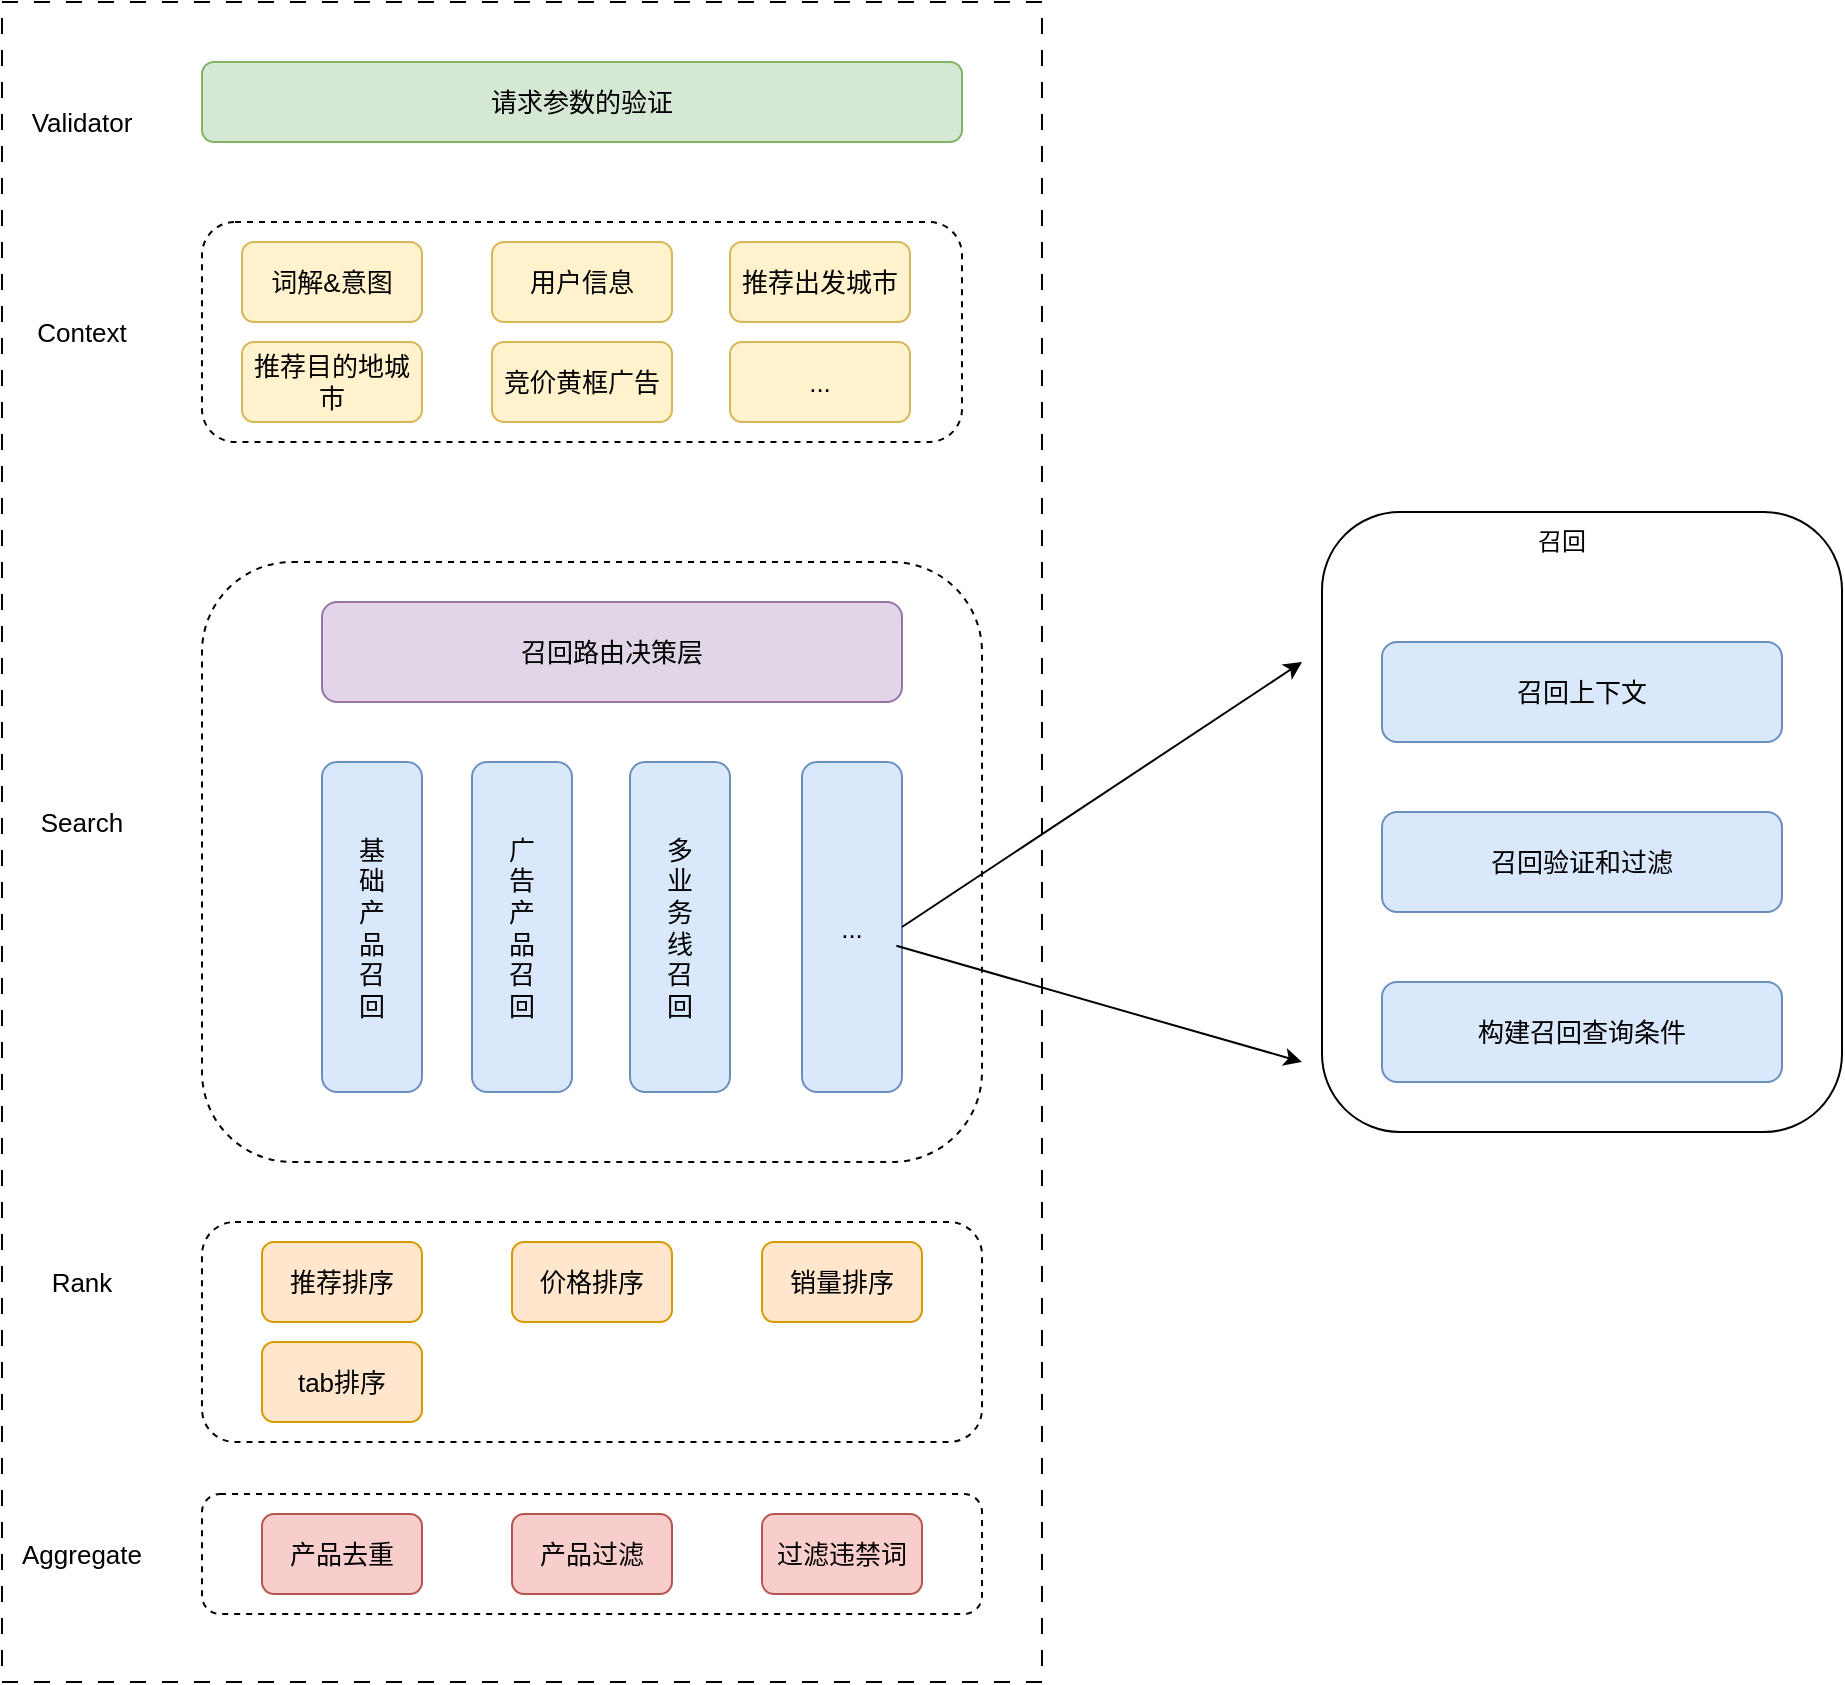
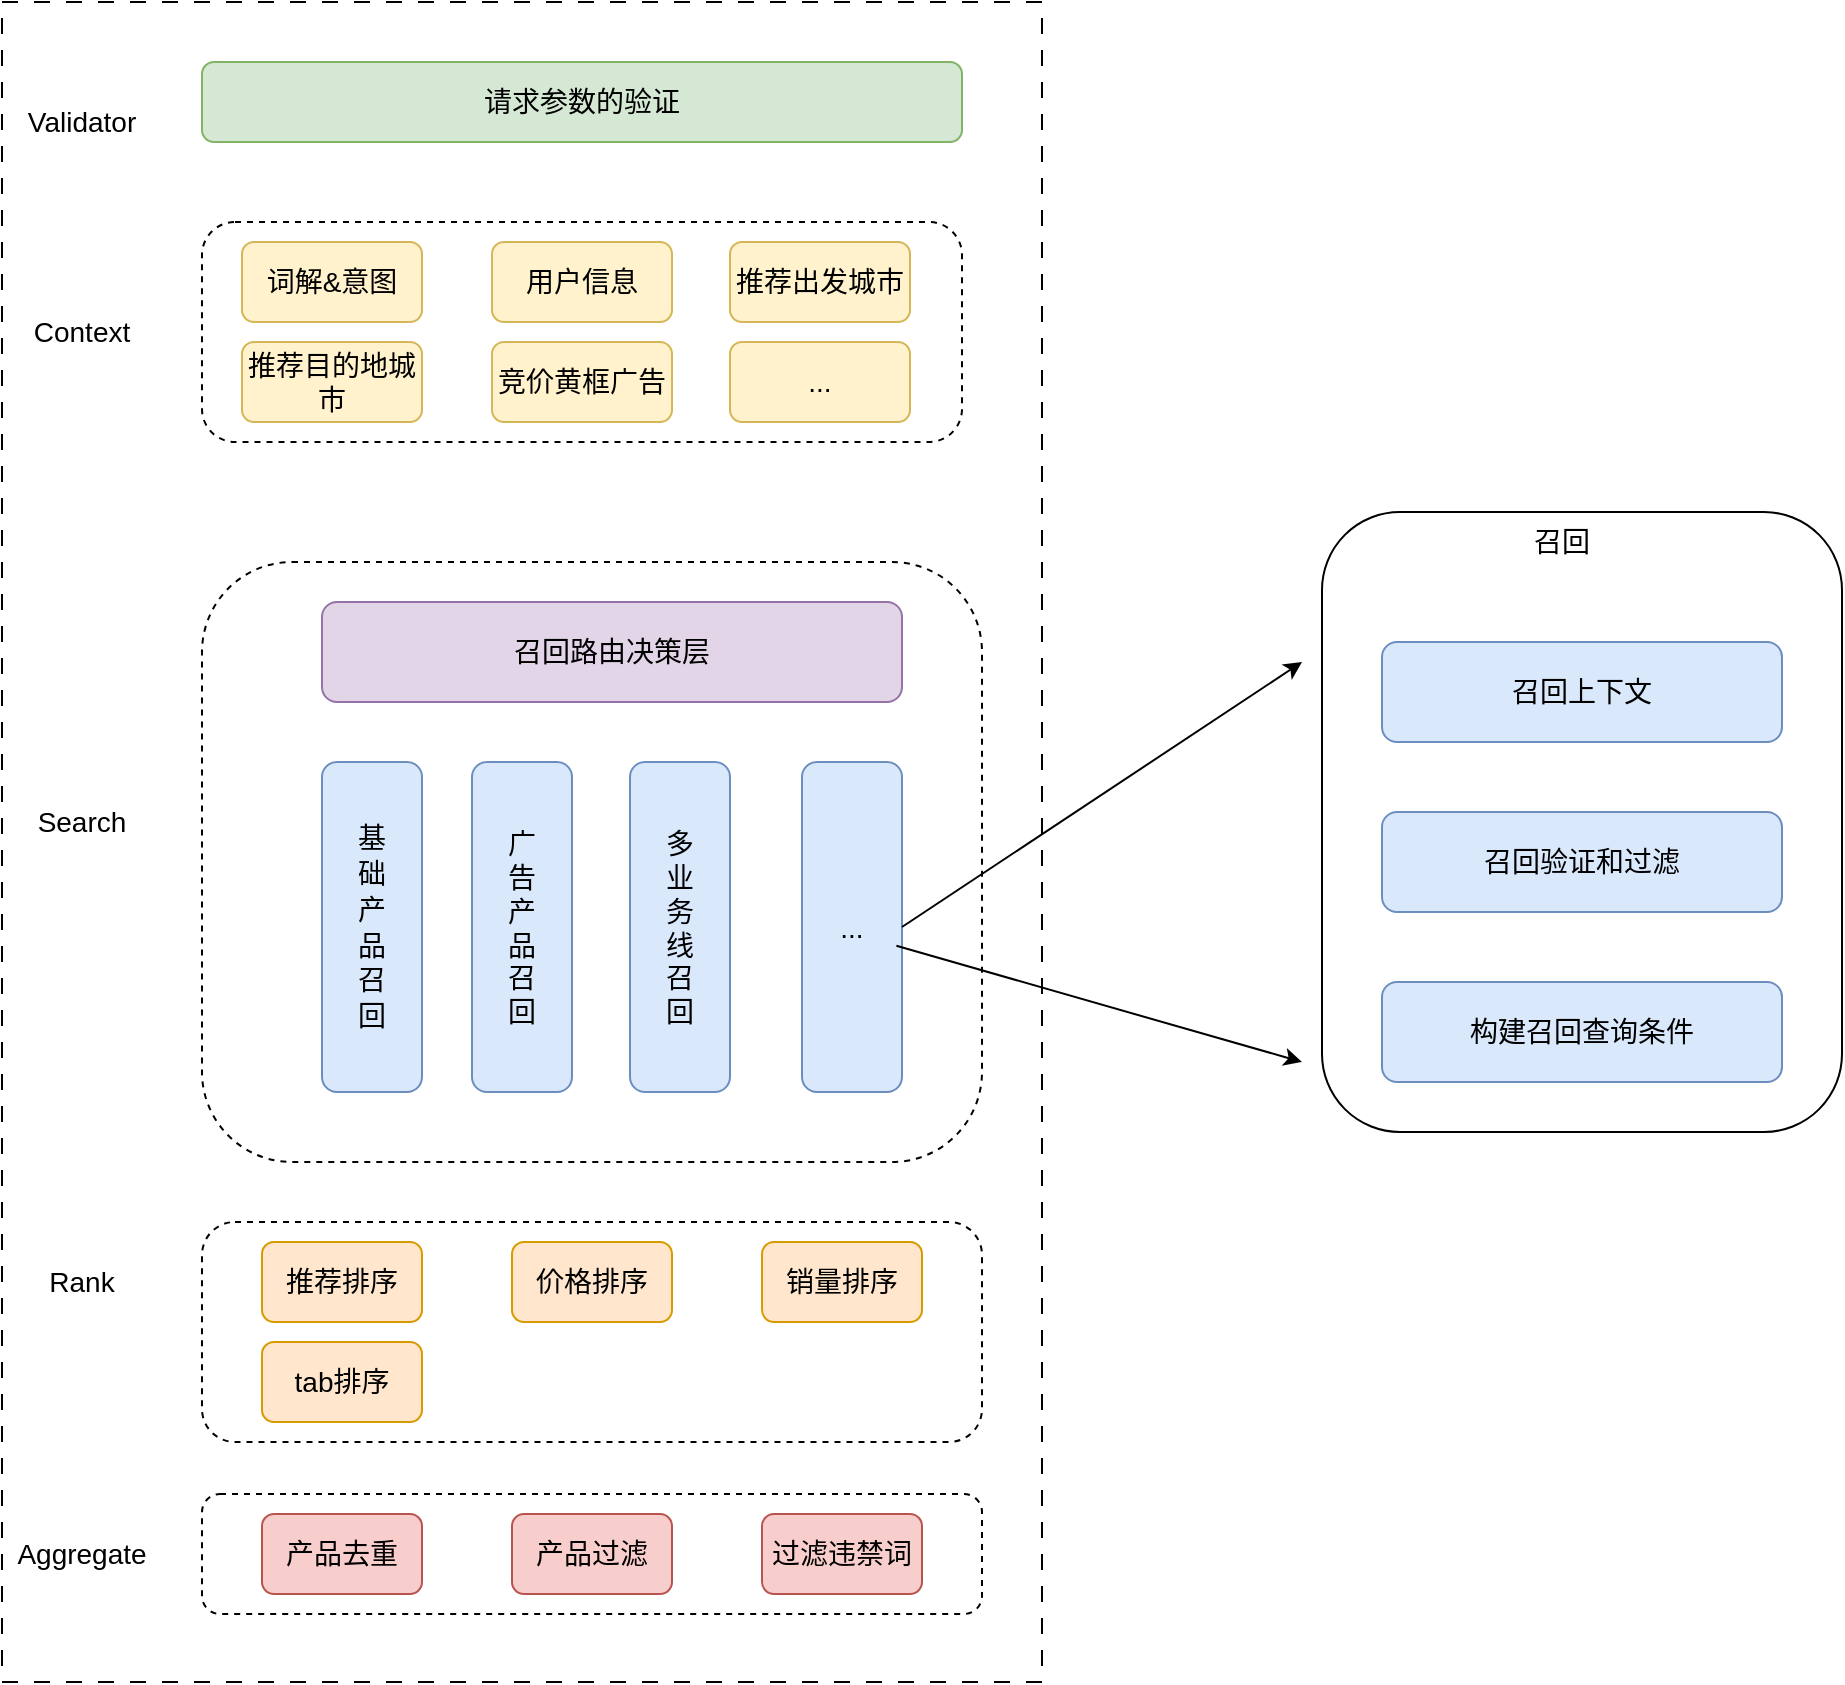
<mxfile host="app.diagrams.net">
  <diagram name="第 1 页" id="jvkQ6q8ciIzknWhuEr6Q">
    <mxGraphModel dx="1664" dy="874" grid="1" gridSize="10" guides="1" tooltips="1" connect="1" arrows="1" fold="1" page="1" pageScale="1" pageWidth="827" pageHeight="1169" math="0" shadow="0">
      <root>
        <mxCell id="0" />
        <mxCell id="1" parent="0" />
-         <mxCell id="KtfR03neylrnIoNqEPG1-5" parent="1" style="rounded=1;whiteSpace=wrap;html=1;" value="" vertex="1">
+         <mxCell id="KtfR03neylrnIoNqEPG1-5" parent="1" style="rounded=1;whiteSpace=wrap;html=1;fontSize=14;" value="" vertex="1">
          <mxGeometry height="310" width="260" x="690" y="275" as="geometry" />
        </mxCell>
-         <mxCell id="OlJ8bCc6Roh7H291gZyU-1" parent="1" style="rounded=0;whiteSpace=wrap;html=1;dashed=1;dashPattern=8 8;fontSize=13;" value="" vertex="1">
+         <mxCell id="OlJ8bCc6Roh7H291gZyU-1" parent="1" style="rounded=0;whiteSpace=wrap;html=1;dashed=1;dashPattern=8 8;fontSize=14;" value="" vertex="1">
          <mxGeometry height="840" width="520" x="30" y="20" as="geometry" />
        </mxCell>
-         <mxCell id="OlJ8bCc6Roh7H291gZyU-2" parent="1" style="rounded=1;whiteSpace=wrap;html=1;fontSize=13;fillColor=#d5e8d4;strokeColor=#82b366;" value="&lt;div&gt;请求参数的验证&lt;/div&gt;" vertex="1">
+         <mxCell id="OlJ8bCc6Roh7H291gZyU-2" parent="1" style="rounded=1;whiteSpace=wrap;html=1;fontSize=14;fillColor=#d5e8d4;strokeColor=#82b366;" value="&lt;div&gt;请求参数的验证&lt;/div&gt;" vertex="1">
          <mxGeometry height="40" width="380" x="130" y="50" as="geometry" />
        </mxCell>
-         <mxCell id="OlJ8bCc6Roh7H291gZyU-3" parent="1" style="rounded=1;whiteSpace=wrap;html=1;dashed=1;fontSize=13;" value="" vertex="1">
+         <mxCell id="OlJ8bCc6Roh7H291gZyU-3" parent="1" style="rounded=1;whiteSpace=wrap;html=1;dashed=1;fontSize=14;" value="" vertex="1">
          <mxGeometry height="110" width="380" x="130" y="130" as="geometry" />
        </mxCell>
-         <mxCell id="OlJ8bCc6Roh7H291gZyU-4" parent="1" style="text;html=1;whiteSpace=wrap;strokeColor=none;fillColor=none;align=center;verticalAlign=middle;rounded=0;fontSize=13;" value="Validator" vertex="1">
+         <mxCell id="OlJ8bCc6Roh7H291gZyU-4" parent="1" style="text;html=1;whiteSpace=wrap;strokeColor=none;fillColor=none;align=center;verticalAlign=middle;rounded=0;fontSize=14;" value="Validator" vertex="1">
          <mxGeometry height="30" width="60" x="40" y="65" as="geometry" />
        </mxCell>
-         <mxCell id="OlJ8bCc6Roh7H291gZyU-5" parent="1" style="text;html=1;whiteSpace=wrap;strokeColor=none;fillColor=none;align=center;verticalAlign=middle;rounded=0;fontSize=13;" value="Context" vertex="1">
+         <mxCell id="OlJ8bCc6Roh7H291gZyU-5" parent="1" style="text;html=1;whiteSpace=wrap;strokeColor=none;fillColor=none;align=center;verticalAlign=middle;rounded=0;fontSize=14;" value="Context" vertex="1">
          <mxGeometry height="30" width="60" x="40" y="170" as="geometry" />
        </mxCell>
-         <mxCell id="OlJ8bCc6Roh7H291gZyU-6" parent="1" style="rounded=1;whiteSpace=wrap;html=1;fontSize=13;fillColor=#fff2cc;strokeColor=#d6b656;" value="词解&amp;amp;意图" vertex="1">
+         <mxCell id="OlJ8bCc6Roh7H291gZyU-6" parent="1" style="rounded=1;whiteSpace=wrap;html=1;fontSize=14;fillColor=#fff2cc;strokeColor=#d6b656;" value="词解&amp;amp;意图" vertex="1">
          <mxGeometry height="40" width="90" x="150" y="140" as="geometry" />
        </mxCell>
-         <mxCell id="OlJ8bCc6Roh7H291gZyU-7" parent="1" style="rounded=1;whiteSpace=wrap;html=1;fontSize=13;fillColor=#fff2cc;strokeColor=#d6b656;" value="用户信息" vertex="1">
+         <mxCell id="OlJ8bCc6Roh7H291gZyU-7" parent="1" style="rounded=1;whiteSpace=wrap;html=1;fontSize=14;fillColor=#fff2cc;strokeColor=#d6b656;" value="用户信息" vertex="1">
          <mxGeometry height="40" width="90" x="275" y="140" as="geometry" />
        </mxCell>
-         <mxCell id="OlJ8bCc6Roh7H291gZyU-8" parent="1" style="rounded=1;whiteSpace=wrap;html=1;fontSize=13;fillColor=#fff2cc;strokeColor=#d6b656;" value="推荐出发城市" vertex="1">
+         <mxCell id="OlJ8bCc6Roh7H291gZyU-8" parent="1" style="rounded=1;whiteSpace=wrap;html=1;fontSize=14;fillColor=#fff2cc;strokeColor=#d6b656;" value="推荐出发城市" vertex="1">
          <mxGeometry height="40" width="90" x="394" y="140" as="geometry" />
        </mxCell>
-         <mxCell id="OlJ8bCc6Roh7H291gZyU-9" parent="1" style="rounded=1;whiteSpace=wrap;html=1;fontSize=13;fillColor=#fff2cc;strokeColor=#d6b656;" value="推荐目的地城市" vertex="1">
+         <mxCell id="OlJ8bCc6Roh7H291gZyU-9" parent="1" style="rounded=1;whiteSpace=wrap;html=1;fontSize=14;fillColor=#fff2cc;strokeColor=#d6b656;" value="推荐目的地城市" vertex="1">
          <mxGeometry height="40" width="90" x="150" y="190" as="geometry" />
        </mxCell>
-         <mxCell id="OlJ8bCc6Roh7H291gZyU-10" parent="1" style="rounded=1;whiteSpace=wrap;html=1;fontSize=13;fillColor=#fff2cc;strokeColor=#d6b656;" value="竞价黄框广告" vertex="1">
+         <mxCell id="OlJ8bCc6Roh7H291gZyU-10" parent="1" style="rounded=1;whiteSpace=wrap;html=1;fontSize=14;fillColor=#fff2cc;strokeColor=#d6b656;" value="竞价黄框广告" vertex="1">
          <mxGeometry height="40" width="90" x="275" y="190" as="geometry" />
        </mxCell>
-         <mxCell id="OlJ8bCc6Roh7H291gZyU-11" parent="1" style="rounded=1;whiteSpace=wrap;html=1;fontSize=13;fillColor=#fff2cc;strokeColor=#d6b656;" value="..." vertex="1">
+         <mxCell id="OlJ8bCc6Roh7H291gZyU-11" parent="1" style="rounded=1;whiteSpace=wrap;html=1;fontSize=14;fillColor=#fff2cc;strokeColor=#d6b656;" value="..." vertex="1">
          <mxGeometry height="40" width="90" x="394" y="190" as="geometry" />
        </mxCell>
-         <mxCell id="OlJ8bCc6Roh7H291gZyU-12" parent="1" style="rounded=1;whiteSpace=wrap;html=1;dashed=1;fontSize=13;" value="" vertex="1">
+         <mxCell id="OlJ8bCc6Roh7H291gZyU-12" parent="1" style="rounded=1;whiteSpace=wrap;html=1;dashed=1;fontSize=14;" value="" vertex="1">
          <mxGeometry height="300" width="390" x="130" y="300" as="geometry" />
        </mxCell>
-         <mxCell id="OlJ8bCc6Roh7H291gZyU-13" parent="1" style="text;html=1;whiteSpace=wrap;strokeColor=none;fillColor=none;align=center;verticalAlign=middle;rounded=0;fontSize=13;" value="Search" vertex="1">
+         <mxCell id="OlJ8bCc6Roh7H291gZyU-13" parent="1" style="text;html=1;whiteSpace=wrap;strokeColor=none;fillColor=none;align=center;verticalAlign=middle;rounded=0;fontSize=14;" value="Search" vertex="1">
          <mxGeometry height="30" width="60" x="40" y="415" as="geometry" />
        </mxCell>
-         <mxCell id="OlJ8bCc6Roh7H291gZyU-14" parent="1" style="rounded=1;whiteSpace=wrap;html=1;fontSize=13;fillColor=#e1d5e7;strokeColor=#9673a6;" value="召回路由决策层" vertex="1">
+         <mxCell id="OlJ8bCc6Roh7H291gZyU-14" parent="1" style="rounded=1;whiteSpace=wrap;html=1;fontSize=14;fillColor=#e1d5e7;strokeColor=#9673a6;" value="召回路由决策层" vertex="1">
          <mxGeometry height="50" width="290" x="190" y="320" as="geometry" />
        </mxCell>
-         <mxCell id="Akz6hOBq7IeE_ktEgzU_-1" parent="1" style="rounded=1;whiteSpace=wrap;html=1;fontSize=13;fillColor=#dae8fc;strokeColor=#6c8ebf;" value="召回上下文" vertex="1">
+         <mxCell id="Akz6hOBq7IeE_ktEgzU_-1" parent="1" style="rounded=1;whiteSpace=wrap;html=1;fontSize=14;fillColor=#dae8fc;strokeColor=#6c8ebf;" value="召回上下文" vertex="1">
          <mxGeometry height="50" width="200" x="720" y="340" as="geometry" />
        </mxCell>
-         <mxCell id="Akz6hOBq7IeE_ktEgzU_-2" parent="1" style="rounded=1;whiteSpace=wrap;html=1;fontSize=13;fillColor=#dae8fc;strokeColor=#6c8ebf;" value="召回验证和过滤" vertex="1">
+         <mxCell id="Akz6hOBq7IeE_ktEgzU_-2" parent="1" style="rounded=1;whiteSpace=wrap;html=1;fontSize=14;fillColor=#dae8fc;strokeColor=#6c8ebf;" value="召回验证和过滤" vertex="1">
          <mxGeometry height="50" width="200" x="720" y="425" as="geometry" />
        </mxCell>
-         <mxCell id="Akz6hOBq7IeE_ktEgzU_-3" parent="1" style="rounded=1;whiteSpace=wrap;html=1;fontSize=13;fillColor=#dae8fc;strokeColor=#6c8ebf;" value="构建召回查询条件" vertex="1">
+         <mxCell id="Akz6hOBq7IeE_ktEgzU_-3" parent="1" style="rounded=1;whiteSpace=wrap;html=1;fontSize=14;fillColor=#dae8fc;strokeColor=#6c8ebf;" value="构建召回查询条件" vertex="1">
          <mxGeometry height="50" width="200" x="720" y="510" as="geometry" />
        </mxCell>
-         <mxCell id="Akz6hOBq7IeE_ktEgzU_-4" parent="1" style="rounded=1;whiteSpace=wrap;html=1;dashed=1;fontSize=13;" value="" vertex="1">
+         <mxCell id="Akz6hOBq7IeE_ktEgzU_-4" parent="1" style="rounded=1;whiteSpace=wrap;html=1;dashed=1;fontSize=14;" value="" vertex="1">
          <mxGeometry height="110" width="390" x="130" y="630" as="geometry" />
        </mxCell>
-         <mxCell id="Akz6hOBq7IeE_ktEgzU_-5" parent="1" style="text;html=1;whiteSpace=wrap;strokeColor=none;fillColor=none;align=center;verticalAlign=middle;rounded=0;fontSize=13;" value="Rank" vertex="1">
+         <mxCell id="Akz6hOBq7IeE_ktEgzU_-5" parent="1" style="text;html=1;whiteSpace=wrap;strokeColor=none;fillColor=none;align=center;verticalAlign=middle;rounded=0;fontSize=14;" value="Rank" vertex="1">
          <mxGeometry height="30" width="60" x="40" y="645" as="geometry" />
        </mxCell>
-         <mxCell id="Akz6hOBq7IeE_ktEgzU_-6" parent="1" style="rounded=1;whiteSpace=wrap;html=1;fontSize=13;fillColor=#ffe6cc;strokeColor=#d79b00;" value="推荐排序" vertex="1">
+         <mxCell id="Akz6hOBq7IeE_ktEgzU_-6" parent="1" style="rounded=1;whiteSpace=wrap;html=1;fontSize=14;fillColor=#ffe6cc;strokeColor=#d79b00;" value="推荐排序" vertex="1">
          <mxGeometry height="40" width="80" x="160" y="640" as="geometry" />
        </mxCell>
-         <mxCell id="Akz6hOBq7IeE_ktEgzU_-7" parent="1" style="rounded=1;whiteSpace=wrap;html=1;fontSize=13;fillColor=#ffe6cc;strokeColor=#d79b00;" value="价格排序" vertex="1">
+         <mxCell id="Akz6hOBq7IeE_ktEgzU_-7" parent="1" style="rounded=1;whiteSpace=wrap;html=1;fontSize=14;fillColor=#ffe6cc;strokeColor=#d79b00;" value="价格排序" vertex="1">
          <mxGeometry height="40" width="80" x="285" y="640" as="geometry" />
        </mxCell>
-         <mxCell id="Akz6hOBq7IeE_ktEgzU_-8" parent="1" style="rounded=1;whiteSpace=wrap;html=1;fontSize=13;fillColor=#ffe6cc;strokeColor=#d79b00;" value="销量排序" vertex="1">
+         <mxCell id="Akz6hOBq7IeE_ktEgzU_-8" parent="1" style="rounded=1;whiteSpace=wrap;html=1;fontSize=14;fillColor=#ffe6cc;strokeColor=#d79b00;" value="销量排序" vertex="1">
          <mxGeometry height="40" width="80" x="410" y="640" as="geometry" />
        </mxCell>
-         <mxCell id="Akz6hOBq7IeE_ktEgzU_-9" parent="1" style="rounded=1;whiteSpace=wrap;html=1;dashed=1;fontSize=13;" value="" vertex="1">
+         <mxCell id="Akz6hOBq7IeE_ktEgzU_-9" parent="1" style="rounded=1;whiteSpace=wrap;html=1;dashed=1;fontSize=14;" value="" vertex="1">
          <mxGeometry height="60" width="390" x="130" y="766" as="geometry" />
        </mxCell>
-         <mxCell id="Akz6hOBq7IeE_ktEgzU_-10" parent="1" style="rounded=1;whiteSpace=wrap;html=1;fontSize=13;fillColor=#f8cecc;strokeColor=#b85450;" value="产品去重" vertex="1">
+         <mxCell id="Akz6hOBq7IeE_ktEgzU_-10" parent="1" style="rounded=1;whiteSpace=wrap;html=1;fontSize=14;fillColor=#f8cecc;strokeColor=#b85450;" value="产品去重" vertex="1">
          <mxGeometry height="40" width="80" x="160" y="776" as="geometry" />
        </mxCell>
-         <mxCell id="Akz6hOBq7IeE_ktEgzU_-11" parent="1" style="rounded=1;whiteSpace=wrap;html=1;fontSize=13;fillColor=#f8cecc;strokeColor=#b85450;" value="产品过滤" vertex="1">
+         <mxCell id="Akz6hOBq7IeE_ktEgzU_-11" parent="1" style="rounded=1;whiteSpace=wrap;html=1;fontSize=14;fillColor=#f8cecc;strokeColor=#b85450;" value="产品过滤" vertex="1">
          <mxGeometry height="40" width="80" x="285" y="776" as="geometry" />
        </mxCell>
-         <mxCell id="Akz6hOBq7IeE_ktEgzU_-12" parent="1" style="rounded=1;whiteSpace=wrap;html=1;fontSize=13;fillColor=#f8cecc;strokeColor=#b85450;" value="过滤违禁词" vertex="1">
+         <mxCell id="Akz6hOBq7IeE_ktEgzU_-12" parent="1" style="rounded=1;whiteSpace=wrap;html=1;fontSize=14;fillColor=#f8cecc;strokeColor=#b85450;" value="过滤违禁词" vertex="1">
          <mxGeometry height="40" width="80" x="410" y="776" as="geometry" />
        </mxCell>
-         <mxCell id="Akz6hOBq7IeE_ktEgzU_-13" parent="1" style="rounded=1;whiteSpace=wrap;html=1;fontSize=13;fillColor=#ffe6cc;strokeColor=#d79b00;" value="tab排序" vertex="1">
+         <mxCell id="Akz6hOBq7IeE_ktEgzU_-13" parent="1" style="rounded=1;whiteSpace=wrap;html=1;fontSize=14;fillColor=#ffe6cc;strokeColor=#d79b00;" value="tab排序" vertex="1">
          <mxGeometry height="40" width="80" x="160" y="690" as="geometry" />
        </mxCell>
-         <mxCell id="Akz6hOBq7IeE_ktEgzU_-14" parent="1" style="text;html=1;whiteSpace=wrap;strokeColor=none;fillColor=none;align=center;verticalAlign=middle;rounded=0;fontSize=13;" value="Aggregate" vertex="1">
+         <mxCell id="Akz6hOBq7IeE_ktEgzU_-14" parent="1" style="text;html=1;whiteSpace=wrap;strokeColor=none;fillColor=none;align=center;verticalAlign=middle;rounded=0;fontSize=14;" value="Aggregate" vertex="1">
          <mxGeometry height="30" width="60" x="40" y="781" as="geometry" />
        </mxCell>
-         <mxCell id="KtfR03neylrnIoNqEPG1-1" parent="1" style="rounded=1;whiteSpace=wrap;html=1;align=center;fontSize=13;fillColor=#dae8fc;strokeColor=#6c8ebf;" value="&lt;div&gt;&lt;span style=&quot;background-color: transparent; color: light-dark(rgb(0, 0, 0), rgb(255, 255, 255));&quot;&gt;&lt;font face=&quot;Comic Sans MS&quot;&gt;基&lt;/font&gt;&lt;/span&gt;&lt;/div&gt;&lt;div&gt;&lt;span style=&quot;background-color: transparent; color: light-dark(rgb(0, 0, 0), rgb(255, 255, 255));&quot;&gt;&lt;font face=&quot;Comic Sans MS&quot;&gt;础&lt;/font&gt;&lt;/span&gt;&lt;/div&gt;&lt;div&gt;&lt;span style=&quot;background-color: transparent; color: light-dark(rgb(0, 0, 0), rgb(255, 255, 255));&quot;&gt;&lt;font face=&quot;Comic Sans MS&quot;&gt;产&lt;/font&gt;&lt;/span&gt;&lt;/div&gt;&lt;div&gt;&lt;span style=&quot;background-color: transparent; color: light-dark(rgb(0, 0, 0), rgb(255, 255, 255));&quot;&gt;&lt;font face=&quot;Comic Sans MS&quot;&gt;品&lt;/font&gt;&lt;/span&gt;&lt;/div&gt;&lt;div&gt;&lt;span style=&quot;background-color: transparent; color: light-dark(rgb(0, 0, 0), rgb(255, 255, 255));&quot;&gt;&lt;font face=&quot;Comic Sans MS&quot;&gt;召&lt;/font&gt;&lt;/span&gt;&lt;/div&gt;&lt;div&gt;&lt;span style=&quot;background-color: transparent; color: light-dark(rgb(0, 0, 0), rgb(255, 255, 255));&quot;&gt;&lt;font face=&quot;Comic Sans MS&quot;&gt;回&lt;/font&gt;&lt;/span&gt;&lt;/div&gt;" vertex="1">
+         <mxCell id="KtfR03neylrnIoNqEPG1-1" parent="1" style="rounded=1;whiteSpace=wrap;html=1;align=center;fontSize=14;fillColor=#dae8fc;strokeColor=#6c8ebf;" value="&lt;div&gt;&lt;span style=&quot;background-color: transparent; color: light-dark(rgb(0, 0, 0), rgb(255, 255, 255));&quot;&gt;&lt;font face=&quot;Comic Sans MS&quot;&gt;基&lt;/font&gt;&lt;/span&gt;&lt;/div&gt;&lt;div&gt;&lt;span style=&quot;background-color: transparent; color: light-dark(rgb(0, 0, 0), rgb(255, 255, 255));&quot;&gt;&lt;font face=&quot;Comic Sans MS&quot;&gt;础&lt;/font&gt;&lt;/span&gt;&lt;/div&gt;&lt;div&gt;&lt;span style=&quot;background-color: transparent; color: light-dark(rgb(0, 0, 0), rgb(255, 255, 255));&quot;&gt;&lt;font face=&quot;Comic Sans MS&quot;&gt;产&lt;/font&gt;&lt;/span&gt;&lt;/div&gt;&lt;div&gt;&lt;span style=&quot;background-color: transparent; color: light-dark(rgb(0, 0, 0), rgb(255, 255, 255));&quot;&gt;&lt;font face=&quot;Comic Sans MS&quot;&gt;品&lt;/font&gt;&lt;/span&gt;&lt;/div&gt;&lt;div&gt;&lt;span style=&quot;background-color: transparent; color: light-dark(rgb(0, 0, 0), rgb(255, 255, 255));&quot;&gt;&lt;font face=&quot;Comic Sans MS&quot;&gt;召&lt;/font&gt;&lt;/span&gt;&lt;/div&gt;&lt;div&gt;&lt;span style=&quot;background-color: transparent; color: light-dark(rgb(0, 0, 0), rgb(255, 255, 255));&quot;&gt;&lt;font face=&quot;Comic Sans MS&quot;&gt;回&lt;/font&gt;&lt;/span&gt;&lt;/div&gt;" vertex="1">
          <mxGeometry height="165" width="50" x="190" y="400" as="geometry" />
        </mxCell>
-         <mxCell id="KtfR03neylrnIoNqEPG1-2" parent="1" style="rounded=1;whiteSpace=wrap;html=1;fontSize=13;fillColor=#dae8fc;strokeColor=#6c8ebf;" value="广&lt;div&gt;告&lt;/div&gt;&lt;div&gt;产&lt;/div&gt;&lt;div&gt;品&lt;/div&gt;&lt;div&gt;召&lt;/div&gt;&lt;div&gt;回&lt;/div&gt;" vertex="1">
+         <mxCell id="KtfR03neylrnIoNqEPG1-2" parent="1" style="rounded=1;whiteSpace=wrap;html=1;fontSize=14;fillColor=#dae8fc;strokeColor=#6c8ebf;" value="广&lt;div&gt;告&lt;/div&gt;&lt;div&gt;产&lt;/div&gt;&lt;div&gt;品&lt;/div&gt;&lt;div&gt;召&lt;/div&gt;&lt;div&gt;回&lt;/div&gt;" vertex="1">
          <mxGeometry height="165" width="50" x="265" y="400" as="geometry" />
        </mxCell>
-         <mxCell id="KtfR03neylrnIoNqEPG1-3" parent="1" style="rounded=1;whiteSpace=wrap;html=1;fontSize=13;fillColor=#dae8fc;strokeColor=#6c8ebf;" value="多&lt;div&gt;业&lt;/div&gt;&lt;div&gt;务&lt;/div&gt;&lt;div&gt;线&lt;/div&gt;&lt;div&gt;召&lt;/div&gt;&lt;div&gt;回&lt;/div&gt;" vertex="1">
+         <mxCell id="KtfR03neylrnIoNqEPG1-3" parent="1" style="rounded=1;whiteSpace=wrap;html=1;fontSize=14;fillColor=#dae8fc;strokeColor=#6c8ebf;" value="多&lt;div&gt;业&lt;/div&gt;&lt;div&gt;务&lt;/div&gt;&lt;div&gt;线&lt;/div&gt;&lt;div&gt;召&lt;/div&gt;&lt;div&gt;回&lt;/div&gt;" vertex="1">
          <mxGeometry height="165" width="50" x="344" y="400" as="geometry" />
        </mxCell>
-         <mxCell id="KtfR03neylrnIoNqEPG1-4" parent="1" style="rounded=1;whiteSpace=wrap;html=1;fontSize=13;fillColor=#dae8fc;strokeColor=#6c8ebf;" value="..." vertex="1">
+         <mxCell id="KtfR03neylrnIoNqEPG1-4" parent="1" style="rounded=1;whiteSpace=wrap;html=1;fontSize=14;fillColor=#dae8fc;strokeColor=#6c8ebf;" value="..." vertex="1">
          <mxGeometry height="165" width="50" x="430" y="400" as="geometry" />
        </mxCell>
-         <mxCell id="KtfR03neylrnIoNqEPG1-6" parent="1" style="text;html=1;whiteSpace=wrap;strokeColor=none;fillColor=none;align=center;verticalAlign=middle;rounded=0;" value="召回" vertex="1">
+         <mxCell id="KtfR03neylrnIoNqEPG1-6" parent="1" style="text;html=1;whiteSpace=wrap;strokeColor=none;fillColor=none;align=center;verticalAlign=middle;rounded=0;fontSize=14;" value="召回" vertex="1">
          <mxGeometry height="30" width="60" x="780" y="275" as="geometry" />
        </mxCell>
-         <mxCell id="KtfR03neylrnIoNqEPG1-7" edge="1" parent="1" source="KtfR03neylrnIoNqEPG1-4" style="endArrow=classic;html=1;rounded=0;exitX=1;exitY=0.5;exitDx=0;exitDy=0;" value="">
+         <mxCell id="KtfR03neylrnIoNqEPG1-7" edge="1" parent="1" source="KtfR03neylrnIoNqEPG1-4" style="endArrow=classic;html=1;rounded=0;exitX=1;exitY=0.5;exitDx=0;exitDy=0;fontSize=14;" value="">
          <mxGeometry height="50" relative="1" width="50" as="geometry">
            <mxPoint x="590" y="480" as="sourcePoint" />
            <mxPoint x="680" y="350" as="targetPoint" />
          </mxGeometry>
        </mxCell>
-         <mxCell id="KtfR03neylrnIoNqEPG1-8" edge="1" parent="1" source="KtfR03neylrnIoNqEPG1-4" style="endArrow=classic;html=1;rounded=0;exitX=0.944;exitY=0.557;exitDx=0;exitDy=0;exitPerimeter=0;" value="">
+         <mxCell id="KtfR03neylrnIoNqEPG1-8" edge="1" parent="1" source="KtfR03neylrnIoNqEPG1-4" style="endArrow=classic;html=1;rounded=0;exitX=0.944;exitY=0.557;exitDx=0;exitDy=0;exitPerimeter=0;fontSize=14;" value="">
          <mxGeometry height="50" relative="1" width="50" as="geometry">
            <mxPoint x="600" y="580" as="sourcePoint" />
            <mxPoint x="680" y="550" as="targetPoint" />
          </mxGeometry>
        </mxCell>
      </root>
    </mxGraphModel>
  </diagram>
</mxfile>
